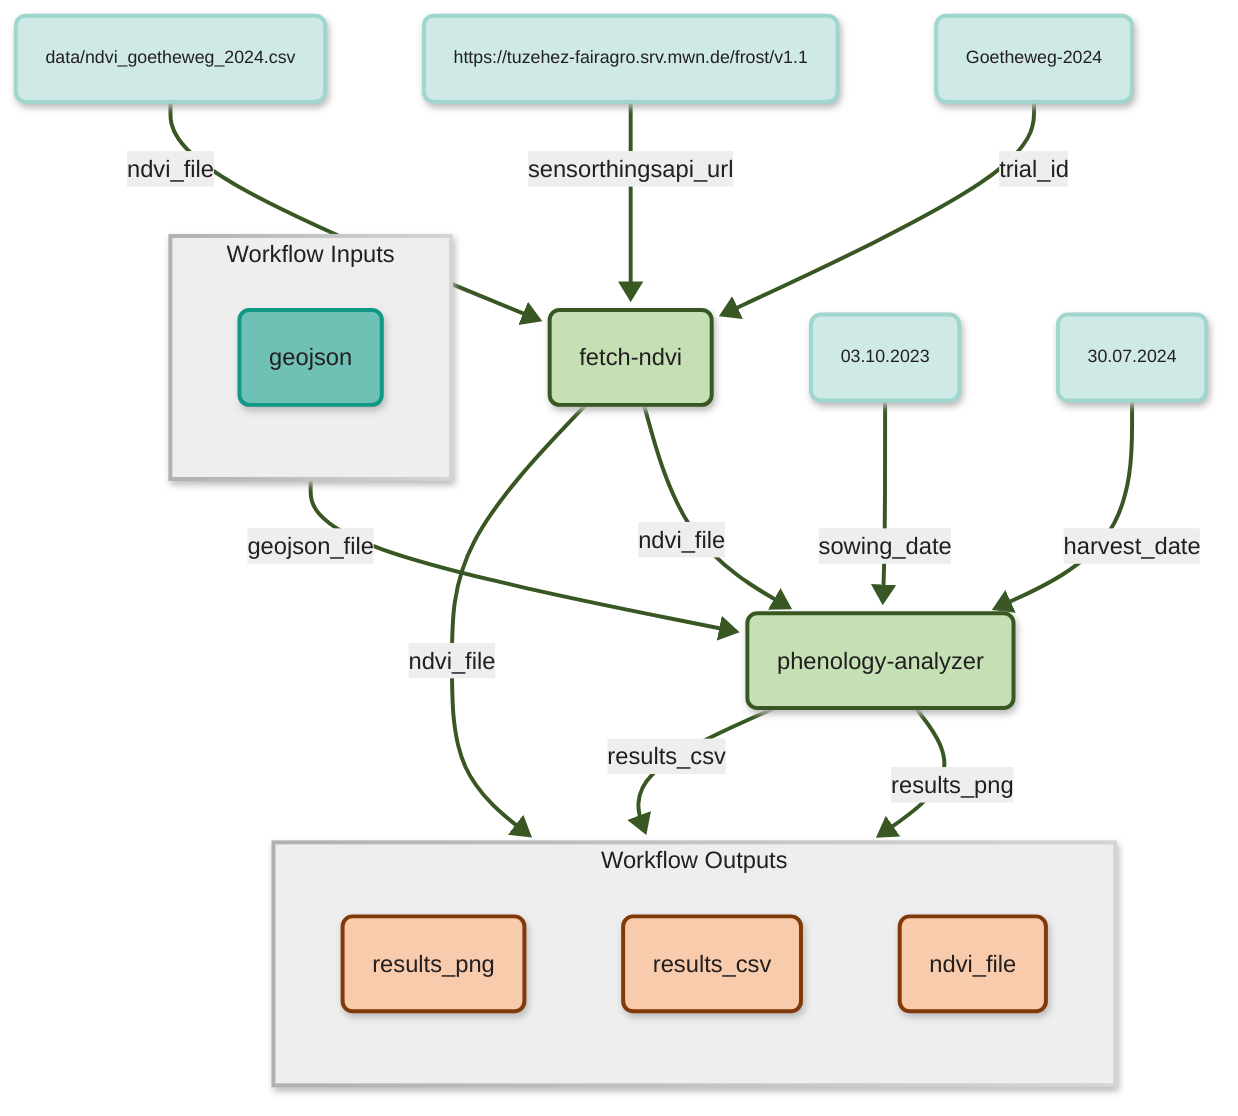
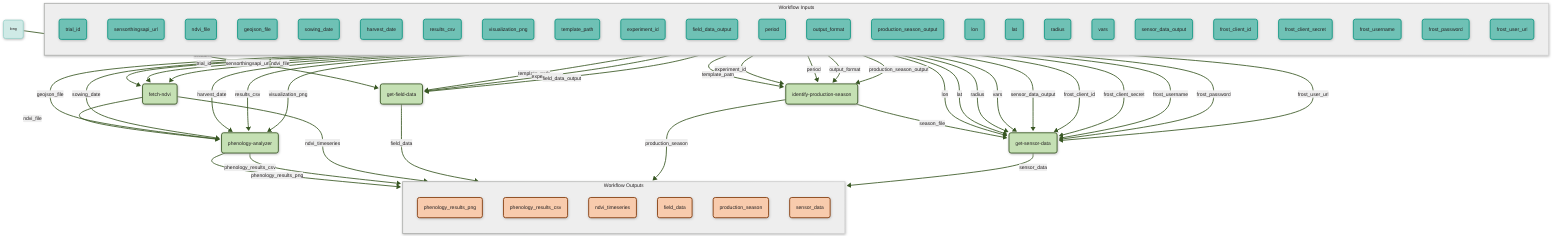
---
config:
  theme: base
  look: neo
  themeVariables:
    primaryColor: '#C5E0B4'
    primaryTextColor: '#231f20'
    secondaryColor: '#EEEEEE'
    lineColor: '#385723'
    fontSize: 12px
    tertiaryTextColor: '#231f20'
    fontFamily: 'Fira Sans, trebuchet ms, verdana, arial'
---
flowchart TB
  linkStyle default stroke:#385723,stroke-width: 2px;
  subgraph inputs[Workflow Inputs]
    direction TB
-     geojson(geojson)
+     trial_id(trial_id)
+     sensorthingsapi_url(sensorthingsapi_url)
+     ndvi_file(ndvi_file)
+     geojson_file(geojson_file)
+     sowing_date(sowing_date)
+     harvest_date(harvest_date)
+     results_csv(results_csv)
+     visualization_png(visualization_png)
+     template_path(template_path)
+     experiment_id(experiment_id)
+     field_data_output(field_data_output)
+     period(period)
+     output_format(output_format)
+     production_season_output(production_season_output)
+     lon(lon)
+     lat(lat)
+     radius(radius)
+     vars(vars)
+     sensor_data_output(sensor_data_output)
+     frost_client_id(frost_client_id)
+     frost_client_secret(frost_client_secret)
+     frost_username(frost_username)
+     frost_password(frost_password)
+     frost_user_url(frost_user_url)
  end
  subgraph outputs[Workflow Outputs]
    direction TB
-     results_png(results_png)
-     results_csv(results_csv)
-     ndvi_file(ndvi_file)
+     phenology_results_png(phenology_results_png)
+     phenology_results_csv(phenology_results_csv)
+     ndvi_timeseries(ndvi_timeseries)
+     field_data(field_data)
+     production_season(production_season)
+     sensor_data(sensor_data)
  end
    fetch-ndvi(fetch-ndvi)
-     fetch-ndvi_trial_id(Goetheweg-2024)
-   fetch-ndvi_trial_id --> |trial_id|fetch-ndvi
-     fetch-ndvi_sensorthingsapi_url(https://tuzehez-fairagro.srv.mwn.de/frost/v1.1)
-   fetch-ndvi_sensorthingsapi_url --> |sensorthingsapi_url|fetch-ndvi
-     fetch-ndvi_ndvi_file(data/ndvi_goetheweg_2024.csv)
-   fetch-ndvi_ndvi_file --> |ndvi_file|fetch-ndvi
+   trial_id --> |trial_id|fetch-ndvi
+   sensorthingsapi_url --> |sensorthingsapi_url|fetch-ndvi
+   ndvi_file --> |ndvi_file|fetch-ndvi
    phenology-analyzer(phenology-analyzer)
  fetch-ndvi --> |ndvi_file|phenology-analyzer
-   geojson --> |geojson_file|phenology-analyzer
-     phenology-analyzer_sowing_date(03.10.2023)
-   phenology-analyzer_sowing_date --> |sowing_date|phenology-analyzer
-     phenology-analyzer_harvest_date(30.07.2024)
-   phenology-analyzer_harvest_date --> |harvest_date|phenology-analyzer
-   phenology-analyzer --> |results_png|results_png
-   phenology-analyzer --> |results_csv|results_csv
-   fetch-ndvi --> |ndvi_file|ndvi_file
+   geojson_file --> |geojson_file|phenology-analyzer
+   sowing_date --> |sowing_date|phenology-analyzer
+   harvest_date --> |harvest_date|phenology-analyzer
+   results_csv --> |results_csv|phenology-analyzer
+   visualization_png --> |visualization_png|phenology-analyzer
+     get-field-data(get-field-data)
+   template_path --> |template_path|get-field-data
+   experiment_id --> |experiment_id|get-field-data
+   field_data_output --> |field_data_output|get-field-data
+     get-field-data_headers(long)
+   get-field-data_headers --> |headers|get-field-data
+     identify-production-season(identify-production-season)
+   template_path --> |template_path|identify-production-season
+   experiment_id --> |experiment_id|identify-production-season
+   period --> |period|identify-production-season
+   output_format --> |output_format|identify-production-season
+   production_season_output --> |production_season_output|identify-production-season
+     get-sensor-data(get-sensor-data)
+   lon --> |lon|get-sensor-data
+   lat --> |lat|get-sensor-data
+   identify-production-season --> |season_file|get-sensor-data
+   radius --> |radius|get-sensor-data
+   vars --> |vars|get-sensor-data
+   sensor_data_output --> |sensor_data_output|get-sensor-data
+   frost_client_id --> |frost_client_id|get-sensor-data
+   frost_client_secret --> |frost_client_secret|get-sensor-data
+   frost_username --> |frost_username|get-sensor-data
+   frost_password --> |frost_password|get-sensor-data
+   frost_user_url --> |frost_user_url|get-sensor-data
+   phenology-analyzer --> |phenology_results_png|phenology_results_png
+   phenology-analyzer --> |phenology_results_csv|phenology_results_csv
+   fetch-ndvi --> |ndvi_timeseries|ndvi_timeseries
+   get-field-data --> |field_data|field_data
+   identify-production-season --> |production_season|production_season
+   get-sensor-data --> |sensor_data|sensor_data
  style inputs fill:#EEEEEE,stroke-width:2px;
-   style geojson stroke:#0f9884,fill:#6FC1B5,stroke-width:2px;
+   style trial_id stroke:#0f9884,fill:#6FC1B5,stroke-width:2px;
+   style sensorthingsapi_url stroke:#0f9884,fill:#6FC1B5,stroke-width:2px;
+   style ndvi_file stroke:#0f9884,fill:#6FC1B5,stroke-width:2px;
+   style geojson_file stroke:#0f9884,fill:#6FC1B5,stroke-width:2px;
+   style sowing_date stroke:#0f9884,fill:#6FC1B5,stroke-width:2px;
+   style harvest_date stroke:#0f9884,fill:#6FC1B5,stroke-width:2px;
+   style results_csv stroke:#0f9884,fill:#6FC1B5,stroke-width:2px;
+   style visualization_png stroke:#0f9884,fill:#6FC1B5,stroke-width:2px;
+   style template_path stroke:#0f9884,fill:#6FC1B5,stroke-width:2px;
+   style experiment_id stroke:#0f9884,fill:#6FC1B5,stroke-width:2px;
+   style field_data_output stroke:#0f9884,fill:#6FC1B5,stroke-width:2px;
+   style period stroke:#0f9884,fill:#6FC1B5,stroke-width:2px;
+   style output_format stroke:#0f9884,fill:#6FC1B5,stroke-width:2px;
+   style production_season_output stroke:#0f9884,fill:#6FC1B5,stroke-width:2px;
+   style lon stroke:#0f9884,fill:#6FC1B5,stroke-width:2px;
+   style lat stroke:#0f9884,fill:#6FC1B5,stroke-width:2px;
+   style radius stroke:#0f9884,fill:#6FC1B5,stroke-width:2px;
+   style vars stroke:#0f9884,fill:#6FC1B5,stroke-width:2px;
+   style sensor_data_output stroke:#0f9884,fill:#6FC1B5,stroke-width:2px;
+   style frost_client_id stroke:#0f9884,fill:#6FC1B5,stroke-width:2px;
+   style frost_client_secret stroke:#0f9884,fill:#6FC1B5,stroke-width:2px;
+   style frost_username stroke:#0f9884,fill:#6FC1B5,stroke-width:2px;
+   style frost_password stroke:#0f9884,fill:#6FC1B5,stroke-width:2px;
+   style frost_user_url stroke:#0f9884,fill:#6FC1B5,stroke-width:2px;
  style outputs fill:#EEEEEE,stroke-width:2px;
-   style results_png stroke:#823909,fill:#F8CBAD,stroke-width:2px;
-   style results_csv stroke:#823909,fill:#F8CBAD,stroke-width:2px;
-   style ndvi_file stroke:#823909,fill:#F8CBAD,stroke-width:2px;
+   style phenology_results_png stroke:#823909,fill:#F8CBAD,stroke-width:2px;
+   style phenology_results_csv stroke:#823909,fill:#F8CBAD,stroke-width:2px;
+   style ndvi_timeseries stroke:#823909,fill:#F8CBAD,stroke-width:2px;
+   style field_data stroke:#823909,fill:#F8CBAD,stroke-width:2px;
+   style production_season stroke:#823909,fill:#F8CBAD,stroke-width:2px;
+   style sensor_data stroke:#823909,fill:#F8CBAD,stroke-width:2px;
  style fetch-ndvi stroke:#385723,stroke-width:2px;
-   style fetch-ndvi_trial_id font-size:9px,fill:#cfeae6, stroke:#9FD6CE,stroke-width:2px;
-   style fetch-ndvi_sensorthingsapi_url font-size:9px,fill:#cfeae6, stroke:#9FD6CE,stroke-width:2px;
-   style fetch-ndvi_ndvi_file font-size:9px,fill:#cfeae6, stroke:#9FD6CE,stroke-width:2px;
  style phenology-analyzer stroke:#385723,stroke-width:2px;
-   style phenology-analyzer_sowing_date font-size:9px,fill:#cfeae6, stroke:#9FD6CE,stroke-width:2px;
-   style phenology-analyzer_harvest_date font-size:9px,fill:#cfeae6, stroke:#9FD6CE,stroke-width:2px;
+   style get-field-data stroke:#385723,stroke-width:2px;
+   style get-field-data_headers font-size:9px,fill:#cfeae6, stroke:#9FD6CE,stroke-width:2px;
+   style identify-production-season stroke:#385723,stroke-width:2px;
+   style get-sensor-data stroke:#385723,stroke-width:2px;